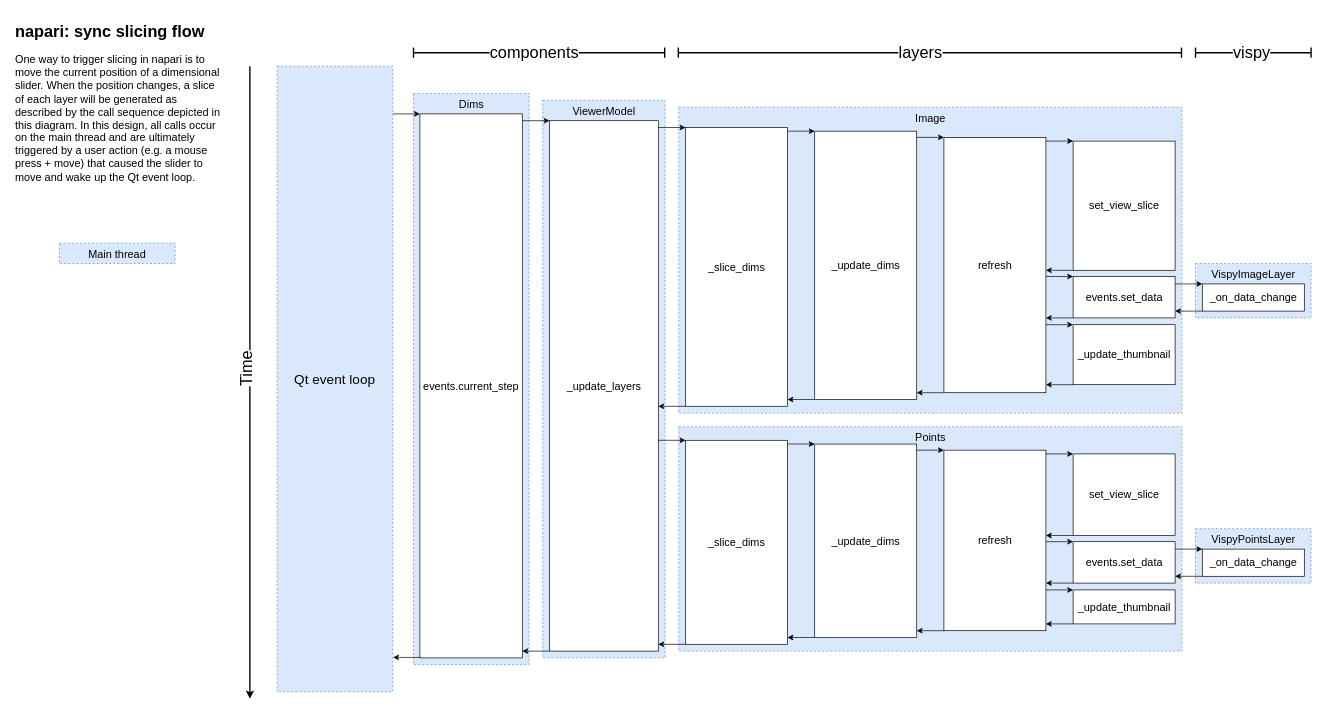
The draw.io diagram napari-slicing-sync-calls.drawio in andy-sweet/napari-diagrams, before the edit. Source tidied: cells renumbered, new cells numbered last; positions are measured from the earlier drawing's top-left corner, leaving out a move shared by most shapes. Both pictures are drawn from the tidied source at 68%, with x=0, y=0 at pixel (12, 18).
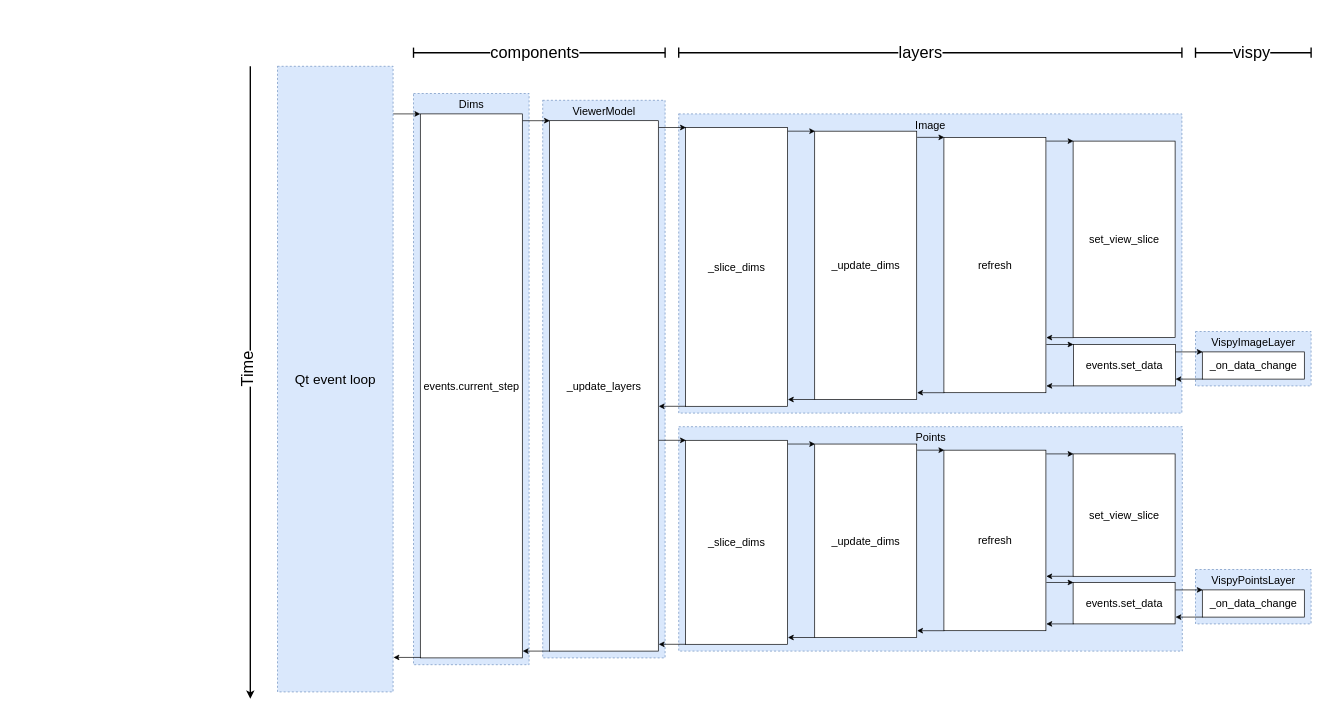
The same diagram, later.

What changed in the source:
```diff
@@
     <mxCell id="2" value="VispyPointsLayer" style="rounded=0;whiteSpace=wrap;html=1;verticalAlign=top;align=center;spacingLeft=0;spacingTop=0;dashed=1;fillColor=#dae8fc;strokeColor=#6c8ebf;fontSize=16;" parent="1" vertex="1">
-      <mxGeometry x="1740.6" y="750" width="170" height="80" as="geometry" />
+      <mxGeometry x="1740.6" y="810" width="170" height="80" as="geometry" />
     </mxCell>
     <mxCell id="3" value="VispyImageLayer" style="rounded=0;whiteSpace=wrap;html=1;verticalAlign=top;align=center;spacingLeft=0;spacingTop=0;dashed=1;fillColor=#dae8fc;strokeColor=#6c8ebf;fontSize=16;" parent="1" vertex="1">
-      <mxGeometry x="1740.6" y="360" width="170" height="80" as="geometry" />
+      <mxGeometry x="1740.6" y="460" width="170" height="80" as="geometry" />
     </mxCell>
@@
     <mxCell id="7" value="events.current_step" style="rounded=0;whiteSpace=wrap;html=1;fontSize=16;" parent="1" vertex="1">
-      <mxGeometry x="600" y="140" width="150.6" height="800" as="geometry" />
+      <mxGeometry x="600.6" y="140" width="150" height="800" as="geometry" />
     </mxCell>
     <mxCell id="8" value="Image" style="rounded=0;whiteSpace=wrap;html=1;verticalAlign=top;align=center;spacingLeft=0;spacingTop=0;dashed=1;fillColor=#dae8fc;strokeColor=#6c8ebf;fontSize=16;" parent="1" vertex="1">
-      <mxGeometry x="980.6" y="130" width="740" height="450" as="geometry" />
+      <mxGeometry x="980.6" y="140" width="740" height="440" as="geometry" />
     </mxCell>
@@
     <mxCell id="12" value="set_view_slice" style="rounded=0;whiteSpace=wrap;html=1;fontSize=16;" parent="1" vertex="1">
-      <mxGeometry x="1560.6" y="180" width="150" height="190" as="geometry" />
+      <mxGeometry x="1560.6" y="180" width="150" height="289" as="geometry" />
     </mxCell>
     <mxCell id="13" value="events.set_data" style="rounded=0;whiteSpace=wrap;html=1;fontSize=16;" parent="1" vertex="1">
-      <mxGeometry x="1560.6" y="379.1" width="150" height="60.9" as="geometry" />
+      <mxGeometry x="1561.2" y="479.1" width="150" height="60.9" as="geometry" />
     </mxCell>
-    <mxCell id="14" value="_update_thumbnail" style="rounded=0;whiteSpace=wrap;html=1;fontSize=16;" parent="1" vertex="1">
-      <mxGeometry x="1560.6" y="450" width="150" height="88.2" as="geometry" />
-    </mxCell>
     <mxCell id="15" style="endArrow=classic;html=1;rounded=0;" parent="1" edge="1">
       <mxGeometry relative="1" as="geometry">
-        <mxPoint x="560" y="140" as="sourcePoint" />
-        <mxPoint x="600" y="140" as="targetPoint" />
+        <mxPoint x="560.6" y="140" as="sourcePoint" />
+        <mxPoint x="600.6" y="140" as="targetPoint" />
       </mxGeometry>
     </mxCell>
     <mxCell id="16" style="endArrow=classic;html=1;rounded=0;" parent="1" edge="1">
       <mxGeometry relative="1" as="geometry">
-        <mxPoint x="750.6" y="150" as="sourcePoint" />
-        <mxPoint x="790.6" y="150" as="targetPoint" />
+        <mxPoint x="751.2" y="150" as="sourcePoint" />
+        <mxPoint x="791.2" y="150" as="targetPoint" />
       </mxGeometry>
     </mxCell>
     <mxCell id="17" style="endArrow=classic;html=1;rounded=0;" parent="1" edge="1">
       <mxGeometry relative="1" as="geometry">
-        <mxPoint x="950.6" y="160" as="sourcePoint" />
-        <mxPoint x="990.6" y="160" as="targetPoint" />
+        <mxPoint x="951.2" y="160" as="sourcePoint" />
+        <mxPoint x="991.2" y="160" as="targetPoint" />
       </mxGeometry>
     </mxCell>
     <mxCell id="18" style="endArrow=classic;html=1;rounded=0;" parent="1" edge="1">
       <mxGeometry relative="1" as="geometry">
-        <mxPoint x="1140.6" y="165.4" as="sourcePoint" />
-        <mxPoint x="1180.6" y="165.4" as="targetPoint" />
+        <mxPoint x="1141.2" y="165.4" as="sourcePoint" />
+        <mxPoint x="1181.2" y="165.4" as="targetPoint" />
       </mxGeometry>
     </mxCell>
     <mxCell id="19" style="endArrow=classic;html=1;rounded=0;" parent="1" edge="1">
       <mxGeometry relative="1" as="geometry">
-        <mxPoint x="1330.6" y="174.5" as="sourcePoint" />
-        <mxPoint x="1370.6" y="174.5" as="targetPoint" />
+        <mxPoint x="1331.2" y="174.5" as="sourcePoint" />
+        <mxPoint x="1371.2" y="174.5" as="targetPoint" />
       </mxGeometry>
     </mxCell>
     <mxCell id="20" style="endArrow=classic;html=1;rounded=0;" parent="1" edge="1">
       <mxGeometry relative="1" as="geometry">
-        <mxPoint x="1520.6" y="180" as="sourcePoint" />
-        <mxPoint x="1560.6" y="180" as="targetPoint" />
+        <mxPoint x="1521.2" y="180" as="sourcePoint" />
+        <mxPoint x="1561.2" y="180" as="targetPoint" />
       </mxGeometry>
     </mxCell>
     <mxCell id="21" style="endArrow=classic;html=1;rounded=0;" parent="1" edge="1">
       <mxGeometry relative="1" as="geometry">
-        <mxPoint x="1710.6" y="390" as="sourcePoint" />
-        <mxPoint x="1750.6" y="390" as="targetPoint" />
+        <mxPoint x="1711.2" y="490" as="sourcePoint" />
+        <mxPoint x="1751.2" y="490" as="targetPoint" />
       </mxGeometry>
     </mxCell>
     <mxCell id="22" style="endArrow=classic;html=1;rounded=0;" parent="1" edge="1">
       <mxGeometry relative="1" as="geometry">
-        <mxPoint x="1750.6" y="430" as="sourcePoint" />
-        <mxPoint x="1710.6" y="430" as="targetPoint" />
+        <mxPoint x="1751.2" y="530" as="sourcePoint" />
+        <mxPoint x="1711.2" y="530" as="targetPoint" />
       </mxGeometry>
     </mxCell>
     <mxCell id="23" style="endArrow=classic;html=1;rounded=0;" parent="1" edge="1">
       <mxGeometry relative="1" as="geometry">
-        <mxPoint x="1560.6" y="440" as="sourcePoint" />
-        <mxPoint x="1520.6" y="440" as="targetPoint" />
+        <mxPoint x="1561.2" y="540" as="sourcePoint" />
+        <mxPoint x="1521.2" y="540" as="targetPoint" />
       </mxGeometry>
     </mxCell>
-    <mxCell id="24" style="endArrow=classic;html=1;rounded=0;" parent="1" edge="1">
-      <mxGeometry relative="1" as="geometry">
-        <mxPoint x="1560.6" y="538.2" as="sourcePoint" />
-        <mxPoint x="1520.6" y="538.2" as="targetPoint" />
-      </mxGeometry>
-    </mxCell>
-    <mxCell id="25" style="endArrow=classic;html=1;rounded=0;" parent="1" edge="1">
-      <mxGeometry relative="1" as="geometry">
-        <mxPoint x="1520.6" y="450" as="sourcePoint" />
-        <mxPoint x="1560.6" y="450" as="targetPoint" />
-      </mxGeometry>
-    </mxCell>
     <mxCell id="26" style="endArrow=classic;html=1;rounded=0;" parent="1" edge="1">
       <mxGeometry relative="1" as="geometry">
-        <mxPoint x="1520.6" y="379.1" as="sourcePoint" />
-        <mxPoint x="1560.6" y="379.1" as="targetPoint" />
+        <mxPoint x="1521.2" y="479.1" as="sourcePoint" />
+        <mxPoint x="1561.2" y="479.1" as="targetPoint" />
       </mxGeometry>
     </mxCell>
     <mxCell id="27" style="endArrow=classic;html=1;rounded=0;" parent="1" edge="1">
       <mxGeometry relative="1" as="geometry">
-        <mxPoint x="1370.6" y="550" as="sourcePoint" />
-        <mxPoint x="1330.6" y="550" as="targetPoint" />
+        <mxPoint x="1371.2" y="550" as="sourcePoint" />
+        <mxPoint x="1331.2" y="550" as="targetPoint" />
       </mxGeometry>
     </mxCell>
     <mxCell id="28" style="endArrow=classic;html=1;rounded=0;" parent="1" edge="1">
       <mxGeometry relative="1" as="geometry">
-        <mxPoint x="1180.6" y="560" as="sourcePoint" />
-        <mxPoint x="1140.6" y="560" as="targetPoint" />
+        <mxPoint x="1181.2" y="560" as="sourcePoint" />
+        <mxPoint x="1141.2" y="560" as="targetPoint" />
       </mxGeometry>
     </mxCell>
     <mxCell id="29" style="endArrow=classic;html=1;rounded=0;" parent="1" edge="1">
       <mxGeometry relative="1" as="geometry">
-        <mxPoint x="990.6" y="570" as="sourcePoint" />
-        <mxPoint x="950.6" y="570" as="targetPoint" />
+        <mxPoint x="991.2" y="570" as="sourcePoint" />
+        <mxPoint x="951.2" y="570" as="targetPoint" />
       </mxGeometry>
     </mxCell>
     <mxCell id="30" style="endArrow=classic;html=1;rounded=0;" parent="1" edge="1">
       <mxGeometry relative="1" as="geometry">
-        <mxPoint x="790.6" y="930" as="sourcePoint" />
-        <mxPoint x="750.6" y="930" as="targetPoint" />
+        <mxPoint x="791.2" y="930" as="sourcePoint" />
+        <mxPoint x="751.2" y="930" as="targetPoint" />
       </mxGeometry>
     </mxCell>
     <mxCell id="31" style="endArrow=classic;html=1;rounded=0;" parent="1" edge="1">
       <mxGeometry relative="1" as="geometry">
-        <mxPoint x="600.6" y="939.3" as="sourcePoint" />
-        <mxPoint x="560.6" y="939.3" as="targetPoint" />
+        <mxPoint x="601.2" y="939.3" as="sourcePoint" />
+        <mxPoint x="561.2" y="939.3" as="targetPoint" />
       </mxGeometry>
     </mxCell>
     <mxCell id="32" style="endArrow=classic;html=1;rounded=0;" parent="1" edge="1">
       <mxGeometry relative="1" as="geometry">
-        <mxPoint x="1560.6" y="370" as="sourcePoint" />
-        <mxPoint x="1520.6" y="370" as="targetPoint" />
+        <mxPoint x="1561.2" y="469" as="sourcePoint" />
+        <mxPoint x="1521.2" y="469" as="targetPoint" />
       </mxGeometry>
     </mxCell>
     <mxCell id="33" value="Points" style="rounded=0;whiteSpace=wrap;html=1;verticalAlign=top;align=center;spacingLeft=0;spacingTop=0;dashed=1;fillColor=#dae8fc;strokeColor=#6c8ebf;fontSize=16;" parent="1" vertex="1">
-      <mxGeometry x="980.6" y="600" width="740" height="330" as="geometry" />
+      <mxGeometry x="980.6" y="600" width="740.6" height="330" as="geometry" />
     </mxCell>
@@
     <mxCell id="37" value="set_view_slice" style="rounded=0;whiteSpace=wrap;html=1;fontSize=16;" parent="1" vertex="1">
-      <mxGeometry x="1560.6" y="640" width="150" height="120" as="geometry" />
+      <mxGeometry x="1560.6" y="640" width="150" height="180" as="geometry" />
     </mxCell>
     <mxCell id="38" value="events.set_data" style="rounded=0;whiteSpace=wrap;html=1;fontSize=16;" parent="1" vertex="1">
-      <mxGeometry x="1560.6" y="769.1" width="150" height="60.9" as="geometry" />
+      <mxGeometry x="1560.6" y="829.1" width="150" height="60.9" as="geometry" />
     </mxCell>
-    <mxCell id="39" value="_update_thumbnail" style="rounded=0;whiteSpace=wrap;html=1;fontSize=16;" parent="1" vertex="1">
-      <mxGeometry x="1560.6" y="840" width="150" height="50" as="geometry" />
-    </mxCell>
     <mxCell id="40" style="endArrow=classic;html=1;rounded=0;" parent="1" edge="1">
       <mxGeometry relative="1" as="geometry">
-        <mxPoint x="1140.6" y="625.5" as="sourcePoint" />
-        <mxPoint x="1180.6" y="625.5" as="targetPoint" />
+        <mxPoint x="1141.2" y="625.5" as="sourcePoint" />
+        <mxPoint x="1181.2" y="625.5" as="targetPoint" />
       </mxGeometry>
     </mxCell>
     <mxCell id="41" style="endArrow=classic;html=1;rounded=0;" parent="1" edge="1">
       <mxGeometry relative="1" as="geometry">
-        <mxPoint x="1330.6" y="634.5" as="sourcePoint" />
-        <mxPoint x="1370.6" y="634.5" as="targetPoint" />
+        <mxPoint x="1331.2" y="634.5" as="sourcePoint" />
+        <mxPoint x="1371.2" y="634.5" as="targetPoint" />
       </mxGeometry>
     </mxCell>
     <mxCell id="42" style="endArrow=classic;html=1;rounded=0;" parent="1" edge="1">
       <mxGeometry relative="1" as="geometry">
-        <mxPoint x="1520.6" y="640" as="sourcePoint" />
-        <mxPoint x="1560.6" y="640" as="targetPoint" />
+        <mxPoint x="1521.2" y="640" as="sourcePoint" />
+        <mxPoint x="1561.2" y="640" as="targetPoint" />
       </mxGeometry>
     </mxCell>
     <mxCell id="43" style="endArrow=classic;html=1;rounded=0;" parent="1" edge="1">
       <mxGeometry relative="1" as="geometry">
-        <mxPoint x="1710.6" y="780" as="sourcePoint" />
-        <mxPoint x="1750.6" y="780" as="targetPoint" />
+        <mxPoint x="1711.2" y="840" as="sourcePoint" />
+        <mxPoint x="1751.2" y="840" as="targetPoint" />
       </mxGeometry>
     </mxCell>
     <mxCell id="44" style="endArrow=classic;html=1;rounded=0;" parent="1" edge="1">
       <mxGeometry relative="1" as="geometry">
-        <mxPoint x="1750.6" y="820" as="sourcePoint" />
-        <mxPoint x="1710.6" y="820" as="targetPoint" />
+        <mxPoint x="1751.2" y="880" as="sourcePoint" />
+        <mxPoint x="1711.2" y="880" as="targetPoint" />
       </mxGeometry>
     </mxCell>
     <mxCell id="45" style="endArrow=classic;html=1;rounded=0;" parent="1" edge="1">
       <mxGeometry relative="1" as="geometry">
-        <mxPoint x="1560.6" y="830" as="sourcePoint" />
-        <mxPoint x="1520.6" y="830" as="targetPoint" />
+        <mxPoint x="1561.2" y="890" as="sourcePoint" />
+        <mxPoint x="1521.2" y="890" as="targetPoint" />
       </mxGeometry>
     </mxCell>
-    <mxCell id="46" style="endArrow=classic;html=1;rounded=0;" parent="1" edge="1">
-      <mxGeometry relative="1" as="geometry">
-        <mxPoint x="1560.6" y="890" as="sourcePoint" />
-        <mxPoint x="1520.6" y="890" as="targetPoint" />
-      </mxGeometry>
-    </mxCell>
-    <mxCell id="47" style="endArrow=classic;html=1;rounded=0;" parent="1" edge="1">
-      <mxGeometry relative="1" as="geometry">
-        <mxPoint x="1520.6" y="840" as="sourcePoint" />
-        <mxPoint x="1560.6" y="840" as="targetPoint" />
-      </mxGeometry>
-    </mxCell>
     <mxCell id="48" style="endArrow=classic;html=1;rounded=0;" parent="1" edge="1">
       <mxGeometry relative="1" as="geometry">
-        <mxPoint x="1520.6" y="769.1" as="sourcePoint" />
-        <mxPoint x="1560.6" y="769.1" as="targetPoint" />
+        <mxPoint x="1521.2" y="829.1" as="sourcePoint" />
+        <mxPoint x="1561.2" y="829.1" as="targetPoint" />
       </mxGeometry>
     </mxCell>
     <mxCell id="49" style="endArrow=classic;html=1;rounded=0;" parent="1" edge="1">
       <mxGeometry relative="1" as="geometry">
-        <mxPoint x="1370.6" y="900" as="sourcePoint" />
-        <mxPoint x="1330.6" y="900" as="targetPoint" />
+        <mxPoint x="1371.2" y="900" as="sourcePoint" />
+        <mxPoint x="1331.2" y="900" as="targetPoint" />
       </mxGeometry>
     </mxCell>
     <mxCell id="50" style="endArrow=classic;html=1;rounded=0;" parent="1" edge="1">
       <mxGeometry relative="1" as="geometry">
-        <mxPoint x="1180.6" y="910" as="sourcePoint" />
-        <mxPoint x="1140.6" y="910" as="targetPoint" />
+        <mxPoint x="1181.2" y="910" as="sourcePoint" />
+        <mxPoint x="1141.2" y="910" as="targetPoint" />
       </mxGeometry>
     </mxCell>
     <mxCell id="51" style="endArrow=classic;html=1;rounded=0;" parent="1" edge="1">
       <mxGeometry relative="1" as="geometry">
-        <mxPoint x="1560.6" y="760" as="sourcePoint" />
-        <mxPoint x="1520.6" y="760" as="targetPoint" />
+        <mxPoint x="1561.2" y="820" as="sourcePoint" />
+        <mxPoint x="1521.2" y="820" as="targetPoint" />
       </mxGeometry>
     </mxCell>
     <mxCell id="52" style="endArrow=classic;html=1;rounded=0;" parent="1" edge="1">
       <mxGeometry relative="1" as="geometry">
-        <mxPoint x="990.6" y="920" as="sourcePoint" />
-        <mxPoint x="950.6" y="920" as="targetPoint" />
+        <mxPoint x="991.2" y="920" as="sourcePoint" />
+        <mxPoint x="951.2" y="920" as="targetPoint" />
       </mxGeometry>
     </mxCell>
     <mxCell id="53" style="endArrow=classic;html=1;rounded=0;" parent="1" edge="1">
       <mxGeometry relative="1" as="geometry">
-        <mxPoint x="950.6" y="620" as="sourcePoint" />
-        <mxPoint x="990.6" y="620" as="targetPoint" />
+        <mxPoint x="951.2" y="620" as="sourcePoint" />
+        <mxPoint x="991.2" y="620" as="targetPoint" />
       </mxGeometry>
     </mxCell>
     <mxCell id="54" value="_on_data_change" style="rounded=0;whiteSpace=wrap;html=1;fontSize=16;" parent="1" vertex="1">
-      <mxGeometry x="1750.6" y="390" width="150" height="40" as="geometry" />
+      <mxGeometry x="1750.6" y="490" width="150" height="40" as="geometry" />
     </mxCell>
     <mxCell id="55" value="_on_data_change" style="rounded=0;whiteSpace=wrap;html=1;fontSize=16;" parent="1" vertex="1">
-      <mxGeometry x="1750.6" y="780" width="150" height="40" as="geometry" />
+      <mxGeometry x="1750.6" y="840" width="150" height="40" as="geometry" />
     </mxCell>
-    <mxCell id="56" value="&lt;h1&gt;napari: sync slicing flow&amp;nbsp;&lt;/h1&gt;&lt;p&gt;&lt;font style=&quot;font-size: 16px;&quot;&gt;One way to trigger slicing in napari is to move the current position of a dimensional slider. When the position changes, a slice of each layer will be generated as described by the call sequence depicted in this diagram. In this design, all calls occur on the main thread and are ultimately triggered by a user action (e.g. a mouse press + move) that caused the slider to move and wake up the Qt event loop.&amp;nbsp;&lt;/font&gt;&lt;/p&gt;" style="text;html=1;strokeColor=none;fillColor=none;spacing=5;spacingTop=-20;whiteSpace=wrap;overflow=hidden;rounded=0;dashed=1;dashPattern=1 1;" parent="1" vertex="1">
-      <mxGeometry width="310" height="360" as="geometry" />
-    </mxCell>
-    <mxCell id="57" value="Main thread" style="rounded=0;whiteSpace=wrap;html=1;verticalAlign=top;align=center;spacingLeft=0;spacingTop=0;dashed=1;fillColor=#dae8fc;strokeColor=#6c8ebf;fontSize=16;" parent="1" vertex="1">
-      <mxGeometry x="70" y="330" width="170" height="30" as="geometry" />
-    </mxCell>
     <mxCell id="58" style="endArrow=classic;html=1;rounded=0;fontSize=16;strokeWidth=2;" parent="1" edge="1">
       <mxGeometry relative="1" as="geometry">
-        <mxPoint x="350" y="70" as="sourcePoint" />
-        <mxPoint x="350" y="1000" as="targetPoint" />
+        <mxPoint x="350.6" y="70" as="sourcePoint" />
+        <mxPoint x="350.6" y="1000" as="targetPoint" />
       </mxGeometry>
     </mxCell>
@@
     <mxCell id="60" value="Qt event loop" style="rounded=0;whiteSpace=wrap;html=1;verticalAlign=middle;align=center;spacingLeft=0;spacingTop=0;dashed=1;fillColor=#dae8fc;strokeColor=#6c8ebf;fontSize=20;horizontal=1;" parent="1" vertex="1">
-      <mxGeometry x="390" y="70" width="170" height="920" as="geometry" />
+      <mxGeometry x="390.6" y="70" width="170" height="920" as="geometry" />
     </mxCell>
     <mxCell id="61" style="endArrow=baseDash;html=1;rounded=0;fontSize=24;strokeWidth=2;endFill=0;startArrow=baseDash;startFill=0;endSize=12;startSize=12;" parent="1" edge="1">
       <mxGeometry relative="1" as="geometry">
         <mxPoint x="590.6" y="50" as="sourcePoint" />
-        <mxPoint x="960" y="50" as="targetPoint" />
+        <mxPoint x="960.6" y="50" as="targetPoint" />
       </mxGeometry>
     </mxCell>
@@
     <mxCell id="63" style="endArrow=baseDash;html=1;rounded=0;fontSize=24;strokeWidth=2;endFill=0;startArrow=baseDash;startFill=0;endSize=12;startSize=12;" parent="1" edge="1">
       <mxGeometry relative="1" as="geometry">
-        <mxPoint x="980" y="50" as="sourcePoint" />
-        <mxPoint x="1720" y="50" as="targetPoint" />
+        <mxPoint x="980.6" y="50" as="sourcePoint" />
+        <mxPoint x="1720.6" y="50" as="targetPoint" />
       </mxGeometry>
     </mxCell>
```
